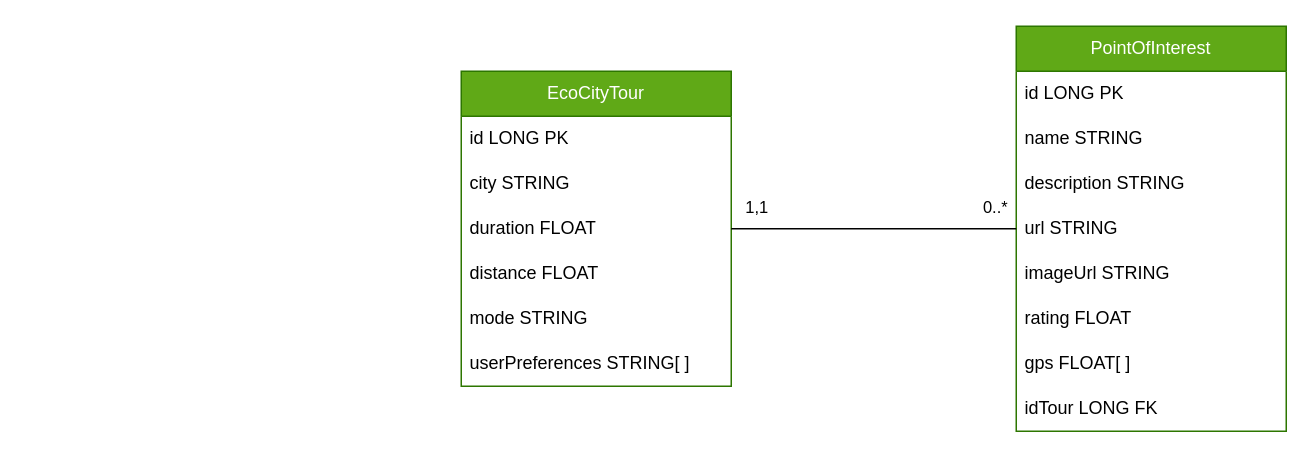
The draw.io diagram project-docs/memoriaTFGII_FPisot/diagrams/relacional.drawio in fps1001/TFGII_FPisot, before the edit. Source tidied: cells renumbered, new cells numbered last; positions are measured from the earlier drawing's top-left corner, leaving out a move shared by most shapes. Both pictures are drawn from the tidied source at 150%, with x=0, y=0 at pixel (460, 26).
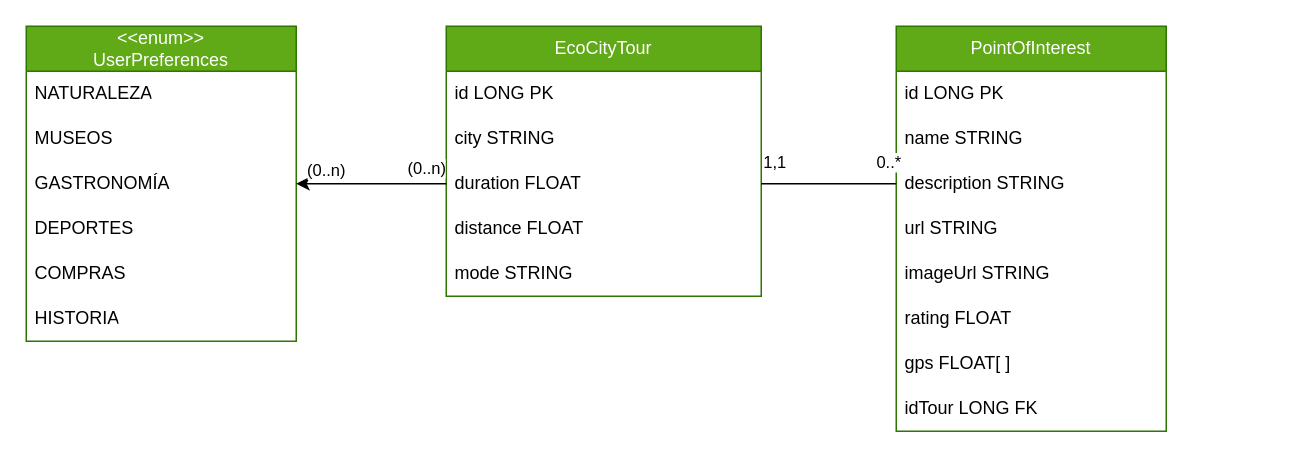
The same page after the edit.

The change refers to these unchanged cells:
```xml
<mxCell id="12" value="description STRING" style="text;strokeColor=none;fillColor=none;align=left;verticalAlign=middle;spacingLeft=4;spacingRight=4;overflow=hidden;points=[[0,0.5],[1,0.5]];portConstraint=eastwest;whiteSpace=wrap;html=1;" parent="9" vertex="1">
  <mxGeometry y="90" width="180" height="30" as="geometry" />
</mxCell>
```

The edit, as a diff of the source:
```diff
@@
     <mxCell id="2" value="EcoCityTour" style="swimlane;fontStyle=0;horizontal=1;startSize=30;whiteSpace=wrap;html=1;fillColor=#60a917;fontColor=#ffffff;strokeColor=#2D7600;" parent="1" vertex="1">
-      <mxGeometry y="30" width="180" height="210" as="geometry" />
+      <mxGeometry x="-10" width="210" height="180" as="geometry" />
     </mxCell>
     <mxCell id="3" value="id LONG PK" style="text;strokeColor=none;fillColor=none;align=left;verticalAlign=middle;spacingLeft=4;spacingRight=4;overflow=hidden;whiteSpace=wrap;html=1;" parent="2" vertex="1">
-      <mxGeometry y="30" width="180" height="30" as="geometry" />
+      <mxGeometry y="30" width="210" height="30" as="geometry" />
     </mxCell>
     <mxCell id="4" value="city STRING" style="text;strokeColor=none;fillColor=none;align=left;verticalAlign=middle;spacingLeft=4;spacingRight=4;overflow=hidden;whiteSpace=wrap;html=1;" parent="2" vertex="1">
-      <mxGeometry y="60" width="180" height="30" as="geometry" />
+      <mxGeometry y="60" width="210" height="30" as="geometry" />
     </mxCell>
     <mxCell id="5" value="duration FLOAT" style="text;strokeColor=none;fillColor=none;align=left;verticalAlign=middle;spacingLeft=4;spacingRight=4;overflow=hidden;points=[[0,0.5],[1,0.5]];portConstraint=eastwest;whiteSpace=wrap;html=1;" parent="2" vertex="1">
-      <mxGeometry y="90" width="180" height="30" as="geometry" />
+      <mxGeometry y="90" width="210" height="30" as="geometry" />
     </mxCell>
     <mxCell id="6" value="distance FLOAT" style="text;strokeColor=none;fillColor=none;align=left;verticalAlign=middle;spacingLeft=4;spacingRight=4;overflow=hidden;whiteSpace=wrap;html=1;" parent="2" vertex="1">
-      <mxGeometry y="120" width="180" height="30" as="geometry" />
+      <mxGeometry y="120" width="210" height="30" as="geometry" />
     </mxCell>
     <mxCell id="7" value="mode STRING" style="text;strokeColor=none;fillColor=none;align=left;verticalAlign=middle;spacingLeft=4;spacingRight=4;overflow=hidden;whiteSpace=wrap;html=1;" parent="2" vertex="1">
-      <mxGeometry y="150" width="180" height="30" as="geometry" />
+      <mxGeometry y="150" width="210" height="30" as="geometry" />
     </mxCell>
-    <mxCell id="8" value="userPreferences STRING[ ]" style="text;strokeColor=none;fillColor=none;align=left;verticalAlign=middle;spacingLeft=4;spacingRight=4;overflow=hidden;whiteSpace=wrap;html=1;" parent="2" vertex="1">
-      <mxGeometry y="180" width="180" height="30" as="geometry" />
-    </mxCell>
     <mxCell id="9" value="PointOfInterest" style="swimlane;fontStyle=0;horizontal=1;startSize=30;whiteSpace=wrap;html=1;fillColor=#60a917;fontColor=#ffffff;strokeColor=#2D7600;" parent="1" vertex="1">
-      <mxGeometry x="370" width="180" height="270" as="geometry" />
+      <mxGeometry x="290" width="180" height="270" as="geometry" />
     </mxCell>
@@
-    <mxCell id="18" style="edgeStyle=none;html=1;exitX=1;exitY=0.5;exitDx=0;exitDy=0;entryX=0;entryY=0.5;entryDx=0;entryDy=0;endArrow=none;endFill=0;" parent="1" edge="1" source="5" target="9">
+    <mxCell id="18" style="edgeStyle=none;html=1;exitX=1;exitY=0.5;exitDx=0;exitDy=0;entryX=0;entryY=0.5;entryDx=0;entryDy=0;endArrow=none;endFill=0;" parent="1" edge="1" source="5" target="12">
       <mxGeometry relative="1" as="geometry" />
     </mxCell>
@@
+    <mxCell id="21" value="&amp;lt;&amp;lt;enum&amp;gt;&amp;gt;&lt;br&gt;UserPreferences" style="swimlane;fontStyle=0;horizontal=1;startSize=30;whiteSpace=wrap;html=1;fillColor=#60a917;fontColor=#ffffff;strokeColor=#2D7600;" parent="1" vertex="1">
+      <mxGeometry x="-290" width="180" height="210" as="geometry" />
+    </mxCell>
+    <mxCell id="22" value="NATURALEZA" style="text;strokeColor=none;fillColor=none;align=left;verticalAlign=middle;spacingLeft=4;spacingRight=4;overflow=hidden;whiteSpace=wrap;html=1;" parent="21" vertex="1">
+      <mxGeometry y="30" width="180" height="30" as="geometry" />
+    </mxCell>
+    <mxCell id="23" value="MUSEOS" style="text;strokeColor=none;fillColor=none;align=left;verticalAlign=middle;spacingLeft=4;spacingRight=4;overflow=hidden;whiteSpace=wrap;html=1;" parent="21" vertex="1">
+      <mxGeometry y="60" width="180" height="30" as="geometry" />
+    </mxCell>
+    <mxCell id="24" value="GASTRONOMÍA" style="text;strokeColor=none;fillColor=none;align=left;verticalAlign=middle;spacingLeft=4;spacingRight=4;overflow=hidden;whiteSpace=wrap;html=1;" parent="21" vertex="1">
+      <mxGeometry y="90" width="180" height="30" as="geometry" />
+    </mxCell>
+    <mxCell id="25" value="DEPORTES" style="text;strokeColor=none;fillColor=none;align=left;verticalAlign=middle;spacingLeft=4;spacingRight=4;overflow=hidden;whiteSpace=wrap;html=1;" parent="21" vertex="1">
+      <mxGeometry y="120" width="180" height="30" as="geometry" />
+    </mxCell>
+    <mxCell id="26" value="COMPRAS" style="text;strokeColor=none;fillColor=none;align=left;verticalAlign=middle;spacingLeft=4;spacingRight=4;overflow=hidden;whiteSpace=wrap;html=1;" parent="21" vertex="1">
+      <mxGeometry y="150" width="180" height="30" as="geometry" />
+    </mxCell>
+    <mxCell id="27" value="HISTORIA" style="text;strokeColor=none;fillColor=none;align=left;verticalAlign=middle;spacingLeft=4;spacingRight=4;overflow=hidden;whiteSpace=wrap;html=1;" parent="21" vertex="1">
+      <mxGeometry y="180" width="180" height="30" as="geometry" />
+    </mxCell>
+    <mxCell id="28" style="edgeStyle=none;html=1;exitX=0;exitY=0.5;exitDx=0;exitDy=0;entryX=1;entryY=0.5;entryDx=0;entryDy=0;" parent="1" edge="1" source="5" target="21">
+      <mxGeometry relative="1" as="geometry" />
+    </mxCell>
+    <mxCell id="29" value="(0..n)" style="edgeLabel;html=1;align=center;verticalAlign=middle;" parent="28" vertex="1">
+      <mxGeometry x="0.56" y="-4" relative="1" as="geometry">
+        <mxPoint x="-3" y="-6" as="offset" />
+      </mxGeometry>
+    </mxCell>
+    <mxCell id="30" value="(0..n)" style="edgeLabel;html=1;align=center;verticalAlign=middle;" parent="28" vertex="1">
+      <mxGeometry x="-0.76" y="2" relative="1" as="geometry">
+        <mxPoint x="-2" y="-13" as="offset" />
+      </mxGeometry>
+    </mxCell>
```
